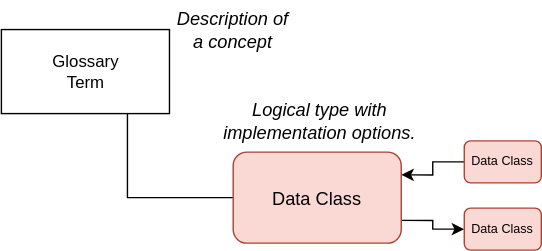
Above: site/docs/practices/common-data-definitions/semantic-to-implementation-data-classes.svg in odpi/egeria-docs (draw.io), before the change. Source tidied: cells renumbered, new cells last; positions are measured from the earlier drawing's top-left corner, leaving out a move shared by most shapes.
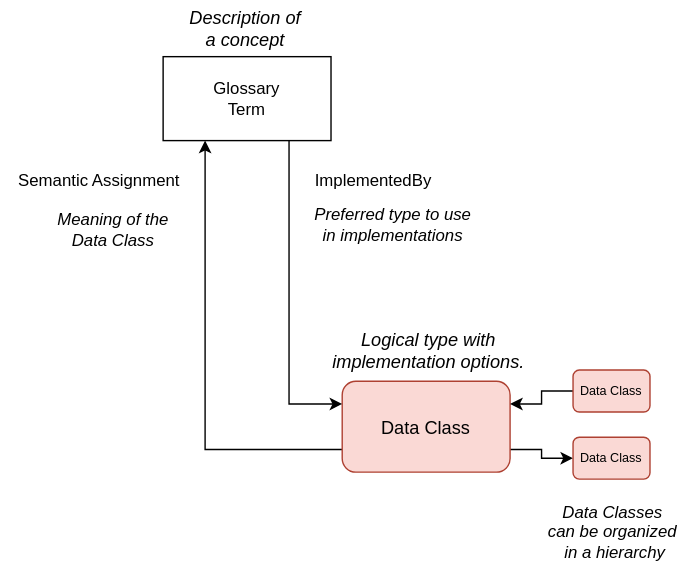
After the commit.

Change to the diagram source:
```diff
@@ -2,11 +2,11 @@
   <root>
     <mxCell id="0" />
     <mxCell id="1" parent="0" />
-    <mxCell id="2" style="edgeStyle=orthogonalEdgeStyle;rounded=0;html=1;exitX=0.75;exitY=1;entryX=0;entryY=0.5;jettySize=auto;fontSize=13;endArrow=none;endFill=0;" parent="1" edge="1" source="3" target="5">
+    <mxCell id="2" style="edgeStyle=orthogonalEdgeStyle;rounded=0;html=1;exitX=0.25;exitY=1;entryX=0;entryY=0.75;jettySize=auto;fontSize=13;endArrow=none;endFill=0;startArrow=classic;startFill=1;exitDx=0;exitDy=0;entryDx=0;entryDy=0;" parent="1" edge="1" source="3" target="5">
       <mxGeometry relative="1" as="geometry" />
     </mxCell>
     <mxCell id="3" value="Glossary&lt;br&gt;Term&lt;br&gt;" style="rounded=0;whiteSpace=wrap;html=1;fillColor=#ffffff;strokeColor=#000000;" parent="1" vertex="1">
-      <mxGeometry x="0.5" y="19.5" width="120" height="60" as="geometry" />
+      <mxGeometry x="38" y="-125" width="120" height="60" as="geometry" />
     </mxCell>
     <mxCell id="4" style="edgeStyle=orthogonalEdgeStyle;rounded=0;html=1;exitX=1;exitY=0.75;entryX=0;entryY=0.5;startArrow=none;startFill=0;endArrow=classic;endFill=1;jettySize=auto;fontSize=12;fontColor=#000000;" parent="1" edge="1" source="5" target="10">
       <mxGeometry relative="1" as="geometry" />
@@ -15,7 +15,7 @@
       <mxGeometry x="166" y="107" width="120" height="65" as="geometry" />
     </mxCell>
     <mxCell id="6" value="Description of a concept" style="text;html=1;strokeColor=none;fillColor=none;align=center;verticalAlign=middle;whiteSpace=wrap;rounded=0;fontSize=13;fontStyle=2;" parent="1" vertex="1">
-      <mxGeometry x="120.5" y="-0.5" width="90" height="40" as="geometry" />
+      <mxGeometry x="52" y="-165" width="90" height="40" as="geometry" />
     </mxCell>
     <mxCell id="7" value="Logical type with implementation options." style="text;html=1;strokeColor=none;fillColor=none;align=center;verticalAlign=middle;whiteSpace=wrap;rounded=0;fontSize=13;fontStyle=2;" parent="1" vertex="1">
       <mxGeometry x="158" y="65" width="140" height="40" as="geometry" />
@@ -29,5 +29,23 @@
     <mxCell id="10" value="Data Class" style="rounded=1;whiteSpace=wrap;html=1;strokeColor=#ae4132;fillColor=#fad9d5;fontSize=9;" parent="1" vertex="1">
       <mxGeometry x="331" y="147" width="55" height="30" as="geometry" />
     </mxCell>
+    <mxCell id="11" value="Data Classes &lt;br&gt;can be organized&lt;br&gt;&amp;nbsp;in a hierarchy" style="text;html=1;align=center;verticalAlign=middle;strokeColor=none;fillColor=none;fontSize=12;fontStyle=2;" parent="1" vertex="1">
+      <mxGeometry x="298.5" y="185" width="120" height="60" as="geometry" />
+    </mxCell>
+    <mxCell id="12" value="Semantic Assignment" style="text;html=1;align=center;verticalAlign=middle;strokeColor=none;fillColor=none;" parent="1" vertex="1">
+      <mxGeometry x="-78" y="-51" width="140" height="30" as="geometry" />
+    </mxCell>
+    <mxCell id="13" value="Meaning of the&lt;br&gt;Data Class" style="text;html=1;align=center;verticalAlign=middle;strokeColor=none;fillColor=none;fontSize=12;fontStyle=2;" parent="1" vertex="1">
+      <mxGeometry x="-48" y="-21" width="100" height="40" as="geometry" />
+    </mxCell>
+    <mxCell id="14" style="edgeStyle=orthogonalEdgeStyle;rounded=0;html=1;exitX=0.75;exitY=1;entryX=0;entryY=0.25;jettySize=auto;fontSize=13;endArrow=classic;endFill=1;startArrow=none;startFill=0;exitDx=0;exitDy=0;entryDx=0;entryDy=0;" parent="1" edge="1" source="3" target="5">
+      <mxGeometry relative="1" as="geometry" />
+    </mxCell>
+    <mxCell id="15" value="ImplementedBy" style="text;html=1;align=center;verticalAlign=middle;strokeColor=none;fillColor=none;" parent="1" vertex="1">
+      <mxGeometry x="133" y="-51" width="110" height="30" as="geometry" />
+    </mxCell>
+    <mxCell id="16" value="Preferred type to use&lt;br&gt;in implementations" style="text;html=1;align=center;verticalAlign=middle;strokeColor=none;fillColor=none;fontSize=12;fontStyle=2;" parent="1" vertex="1">
+      <mxGeometry x="132" y="-25" width="140" height="40" as="geometry" />
+    </mxCell>
   </root>
 </mxGraphModel>
```
